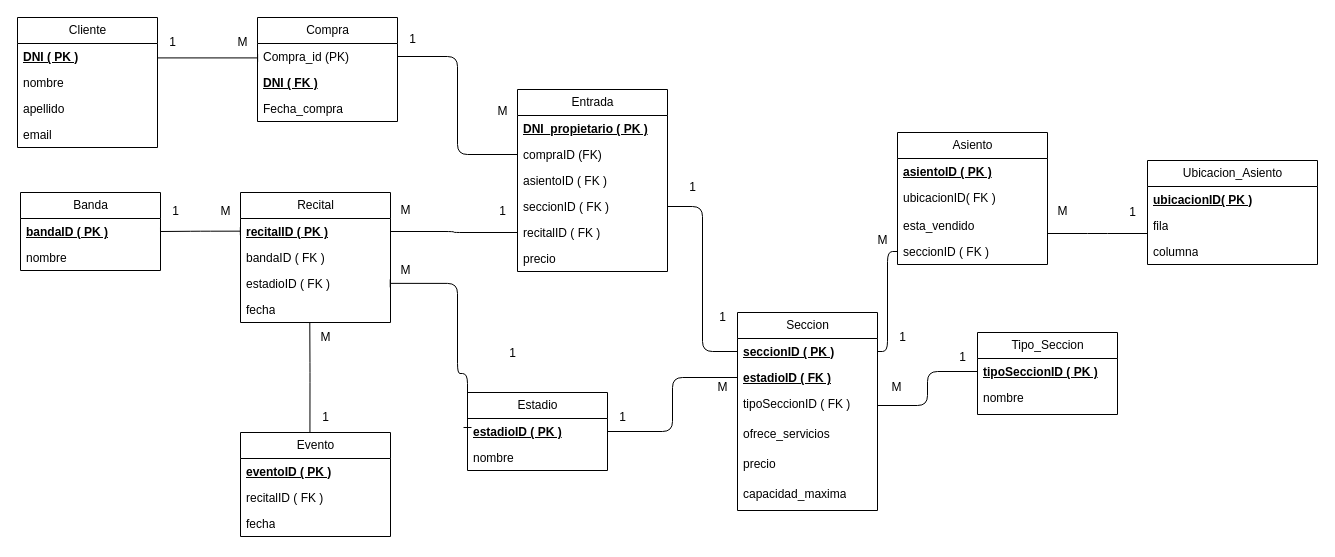
This is diagrama.drawio from DavidLBruno/sql-project, a draw.io file, before an edit. Source tidied: cells renumbered, new cells numbered last; positions are measured from the earlier drawing's top-left corner, leaving out a move shared by most shapes. Both pictures are drawn from the tidied source at 100%, with x=0, y=0 at pixel (17, 17).
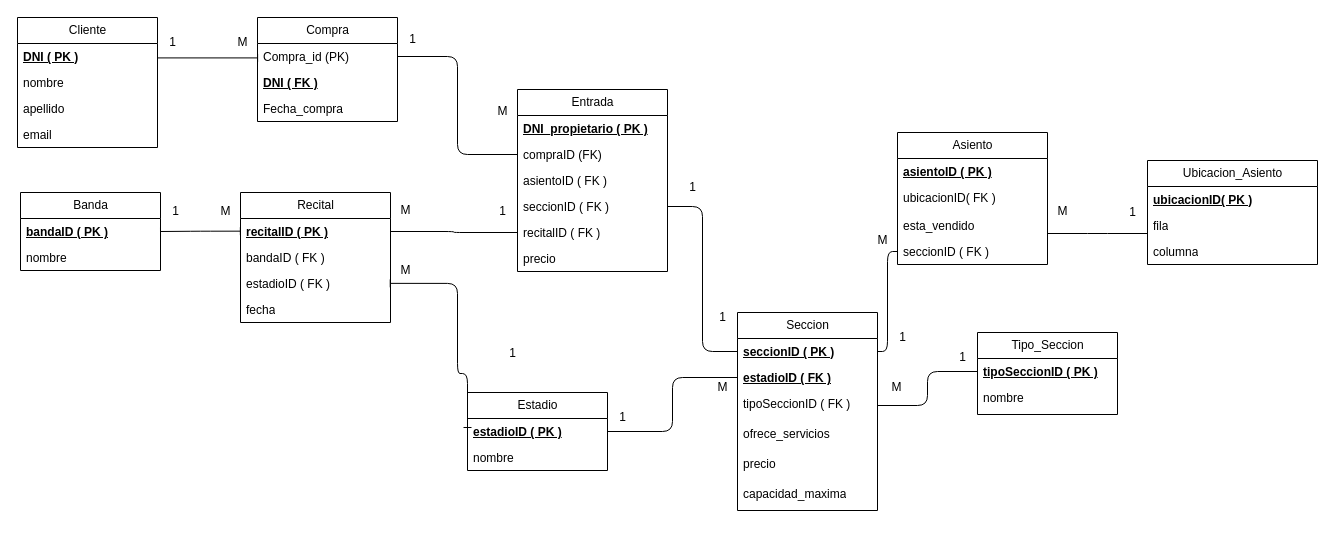
After the change.

Unchanged cells that the change refers to:
```xml
<mxCell id="46" value="fecha" style="text;strokeColor=none;fillColor=none;align=left;verticalAlign=top;spacingLeft=4;spacingRight=4;overflow=hidden;points=[[0,0.5],[1,0.5]];portConstraint=eastwest;whiteSpace=wrap;html=1;" parent="42" vertex="1">
  <mxGeometry y="104" width="150" height="26" as="geometry" />
</mxCell>
```

What changed in the source:
```diff
@@
-    <mxCell id="71" value="Evento" style="swimlane;fontStyle=0;horizontal=1;startSize=26;fillColor=none;html=1;" parent="1" vertex="1">
-      <mxGeometry x="223" y="415" width="150" height="104" as="geometry" />
-    </mxCell>
-    <mxCell id="72" value="&lt;b&gt;&lt;u&gt;eventoID ( PK )&lt;/u&gt;&lt;/b&gt;" style="text;strokeColor=none;fillColor=none;align=left;verticalAlign=top;spacingLeft=4;spacingRight=4;overflow=hidden;whiteSpace=wrap;html=1;" parent="71" vertex="1">
-      <mxGeometry y="26" width="150" height="26" as="geometry" />
-    </mxCell>
-    <mxCell id="73" value="recitalID ( FK )" style="text;strokeColor=none;fillColor=none;align=left;verticalAlign=top;spacingLeft=4;spacingRight=4;overflow=hidden;whiteSpace=wrap;html=1;" parent="71" vertex="1">
-      <mxGeometry y="52" width="150" height="26" as="geometry" />
-    </mxCell>
-    <mxCell id="74" value="fecha" style="text;strokeColor=none;fillColor=none;align=left;verticalAlign=top;spacingLeft=4;spacingRight=4;overflow=hidden;whiteSpace=wrap;html=1;" parent="71" vertex="1">
-      <mxGeometry y="78" width="150" height="26" as="geometry" />
-    </mxCell>
-    <mxCell id="75" style="edgeStyle=orthogonalEdgeStyle;html=1;startArrow=baseDash;startFill=0;endArrow=baseDash;endFill=0;entryX=0.462;entryY=1.001;entryDx=0;entryDy=0;entryPerimeter=0;exitX=0.463;exitY=0;exitDx=0;exitDy=0;exitPerimeter=0;" parent="1" edge="1" source="71" target="46">
-      <mxGeometry relative="1" as="geometry">
-        <Array as="points">
-          <mxPoint x="292" y="355" />
-          <mxPoint x="292" y="355" />
-        </Array>
-      </mxGeometry>
-    </mxCell>
-    <mxCell id="76" value="1" style="text;html=1;align=center;verticalAlign=middle;strokeColor=none;fillColor=none;" parent="1" vertex="1">
-      <mxGeometry x="293" y="385" width="30" height="30" as="geometry" />
-    </mxCell>
-    <mxCell id="77" value="M" style="text;html=1;align=center;verticalAlign=middle;strokeColor=none;fillColor=none;" parent="1" vertex="1">
-      <mxGeometry x="293" y="305" width="30" height="30" as="geometry" />
-    </mxCell>
```
